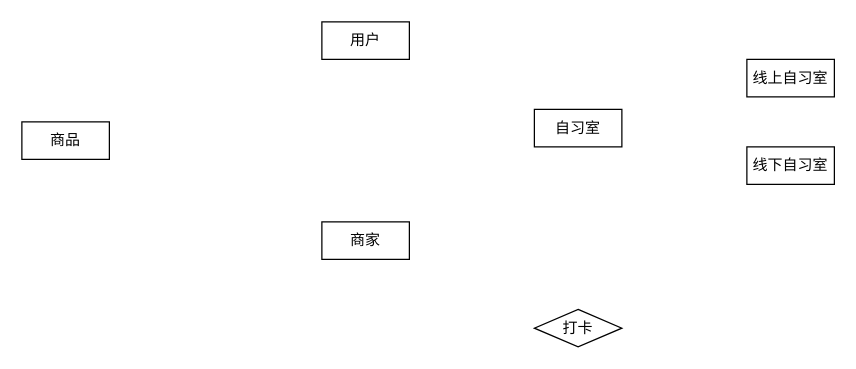
Above: 未命名绘图.drawio in wuhongmei/pic (draw.io), before the change. Source tidied: cells renumbered, new cells numbered last; positions are measured from the earlier drawing's top-left corner, leaving out a move shared by most shapes. Both pictures are drawn from the tidied source at 125%, with x=0, y=0 at pixel (21, 21).
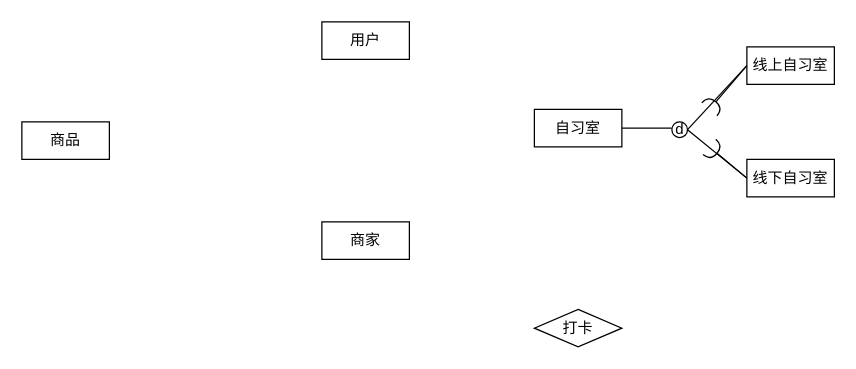
The same diagram, later.

Diff of the diagram source:
```diff
@@
 <mxGraphModel>
   <root>
     <mxCell id="0" />
     <mxCell id="1" parent="0" />
     <mxCell id="2" value="线上自习室" style="whiteSpace=wrap;html=1;align=center;" parent="1" vertex="1">
-      <mxGeometry x="580" y="30" width="70" height="30" as="geometry" />
+      <mxGeometry x="580" y="20" width="70" height="30" as="geometry" />
     </mxCell>
     <mxCell id="3" value="用户" style="whiteSpace=wrap;html=1;align=center;" parent="1" vertex="1">
       <mxGeometry x="240" width="70" height="30" as="geometry" />
     </mxCell>
     <mxCell id="4" value="商家" style="whiteSpace=wrap;html=1;align=center;" parent="1" vertex="1">
       <mxGeometry x="240" y="160" width="70" height="30" as="geometry" />
     </mxCell>
     <mxCell id="5" value="商品" style="whiteSpace=wrap;html=1;align=center;" parent="1" vertex="1">
       <mxGeometry y="80" width="70" height="30" as="geometry" />
     </mxCell>
     <mxCell id="6" value="打卡" style="shape=rhombus;perimeter=rhombusPerimeter;whiteSpace=wrap;html=1;align=center;" parent="1" vertex="1">
       <mxGeometry x="410" y="230" width="70" height="30" as="geometry" />
     </mxCell>
     <mxCell id="7" value="线下自习室" style="whiteSpace=wrap;html=1;align=center;" parent="1" vertex="1">
-      <mxGeometry x="580" y="100" width="70" height="30" as="geometry" />
+      <mxGeometry x="580" y="110" width="70" height="30" as="geometry" />
     </mxCell>
     <mxCell id="8" value="自习室" style="whiteSpace=wrap;html=1;align=center;" parent="1" vertex="1">
       <mxGeometry x="410" y="70" width="70" height="30" as="geometry" />
     </mxCell>
+    <mxCell id="9" style="endArrow=none;html=1;rounded=0;entryX=0;entryY=0.5;entryDx=0;entryDy=0;startArrow=halfCircle;startFill=0;sourcePerimeterSpacing=0;strokeWidth=1;" parent="1" edge="1" target="2">
+      <mxGeometry relative="1" as="geometry">
+        <mxPoint x="550" y="70" as="sourcePoint" />
+      </mxGeometry>
+    </mxCell>
+    <mxCell id="10" style="endArrow=none;html=1;rounded=0;entryX=0;entryY=0.5;entryDx=0;entryDy=0;startArrow=halfCircle;startFill=0;sourcePerimeterSpacing=0;strokeWidth=1;" parent="1" edge="1" target="7">
+      <mxGeometry relative="1" as="geometry">
+        <mxPoint x="550" y="100" as="sourcePoint" />
+      </mxGeometry>
+    </mxCell>
+    <mxCell id="11" style="endArrow=none;html=1;rounded=0;exitX=1;exitY=0.5;exitDx=0;exitDy=0;endFill=0;" parent="1" edge="1" source="8">
+      <mxGeometry relative="1" as="geometry">
+        <mxPoint x="520" y="85" as="targetPoint" />
+      </mxGeometry>
+    </mxCell>
+    <mxCell id="12" style="endArrow=none;html=1;rounded=0;exitX=1;exitY=0.5;exitDx=0;exitDy=0;entryX=0;entryY=0.5;entryDx=0;entryDy=0;" parent="1" edge="1" source="14" target="2">
+      <mxGeometry relative="1" as="geometry" />
+    </mxCell>
+    <mxCell id="13" style="endArrow=none;html=1;rounded=0;" parent="1" edge="1" target="14">
+      <mxGeometry relative="1" as="geometry">
+        <mxPoint x="520" y="90" as="sourcePoint" />
+      </mxGeometry>
+    </mxCell>
+    <mxCell id="14" value="d" style="ellipse;whiteSpace=wrap;html=1;" parent="1" vertex="1">
+      <mxGeometry x="520" y="80" width="12.5" height="12.5" as="geometry" />
+    </mxCell>
+    <mxCell id="15" style="endArrow=none;html=1;rounded=0;exitX=1;exitY=0.5;exitDx=0;exitDy=0;entryX=0;entryY=0.5;entryDx=0;entryDy=0;" parent="1" edge="1" source="14" target="7">
+      <mxGeometry relative="1" as="geometry" />
+    </mxCell>
   </root>
 </mxGraphModel>
```
